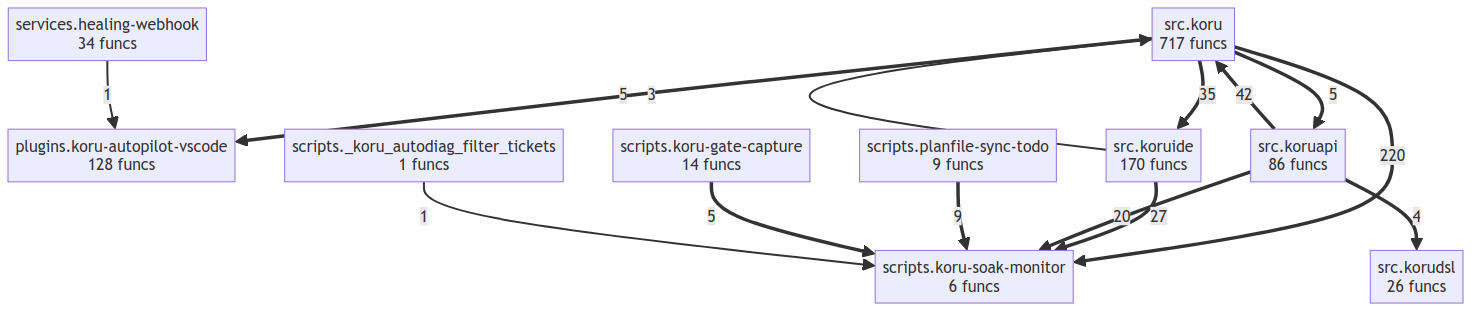
This is project/compact_flow.png from semcod/koru, a Mermaid export, as it was before one commit. Its source is kept beside it as project/compact_flow.mmd.
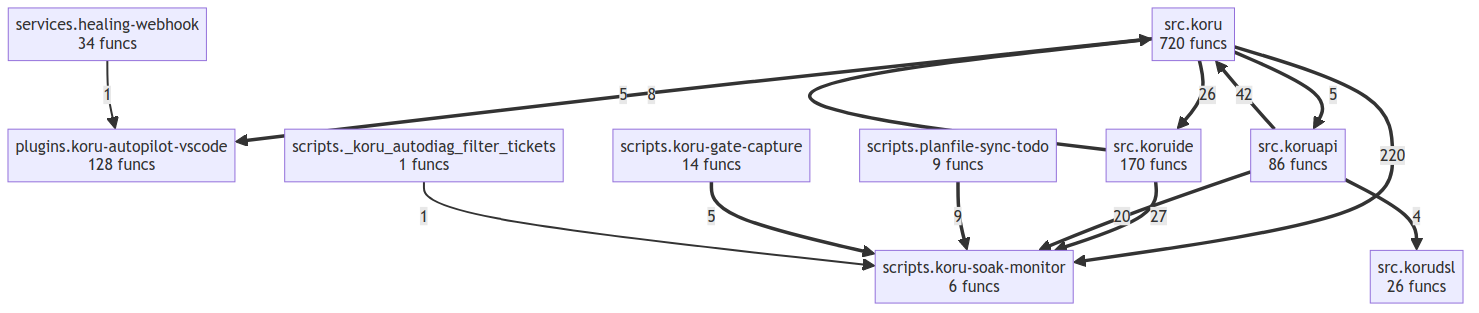
Later version of the same file.

Diff of the diagram source:
```diff
@@ -5,20 +5,20 @@
     scripts__koru_soak_monitor["scripts.koru-soak-monitor<br/>6 funcs"]
     scripts__planfile_sync_todo["scripts.planfile-sync-todo<br/>9 funcs"]
     services__healing_webhook["services.healing-webhook<br/>34 funcs"]
-    src__koru["src.koru<br/>717 funcs"]
+    src__koru["src.koru<br/>720 funcs"]
     src__koruapi["src.koruapi<br/>86 funcs"]
     src__korudsl["src.korudsl<br/>26 funcs"]
     src__koruide["src.koruide<br/>170 funcs"]
     src__koru ==>|220| scripts__koru_soak_monitor
     src__koruapi ==>|42| src__koru
-    src__koru ==>|35| src__koruide
     src__koruide ==>|27| scripts__koru_soak_monitor
+    src__koru ==>|26| src__koruide
     src__koruapi ==>|20| scripts__koru_soak_monitor
     scripts__planfile_sync_todo ==>|9| scripts__koru_soak_monitor
+    src__koruide ==>|8| src__koru
     src__koru ==>|5| plugins__koru_autopilot_vscode
+    scripts__koru_gate_capture ==>|5| scripts__koru_soak_monitor
     src__koru ==>|5| src__koruapi
-    scripts__koru_gate_capture ==>|5| scripts__koru_soak_monitor
     src__koruapi ==>|4| src__korudsl
-    src__koruide -->|3| src__koru
     services__healing_webhook -->|1| plugins__koru_autopilot_vscode
     scripts___koru_autodiag_filter_tickets -->|1| scripts__koru_soak_monitor
```
